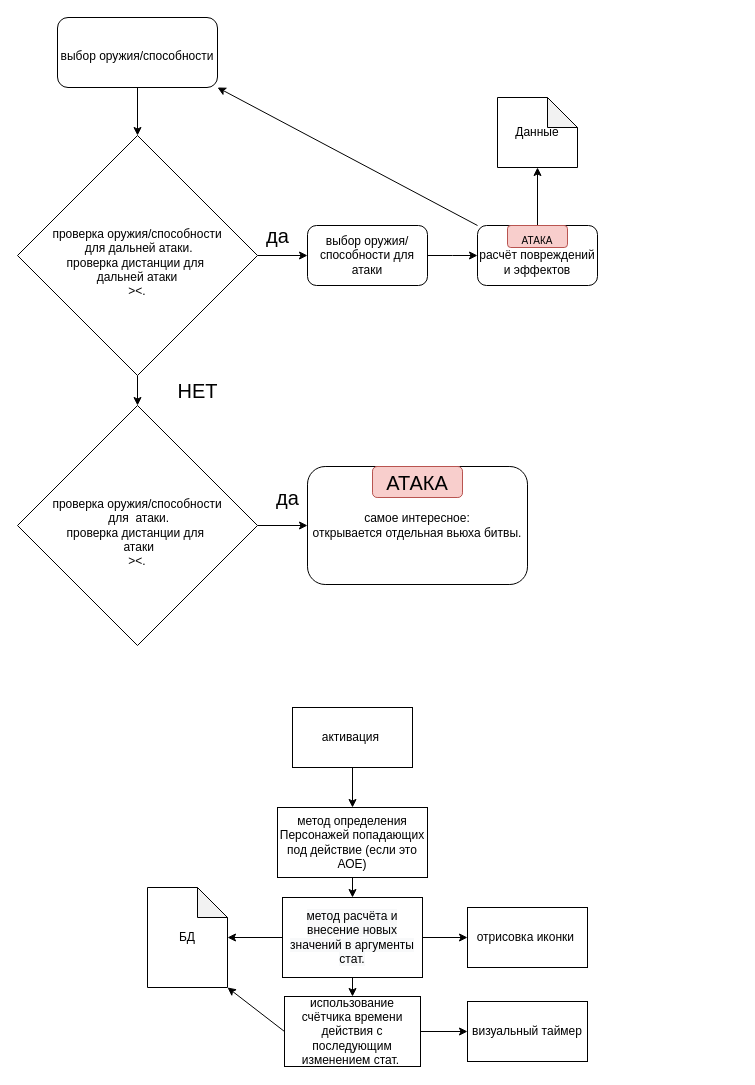
PhoenixVRN/Mafia keeps this draw.io diagram as page "Боевая модель" (6 of 14) of Architecture.drawio. Above is the earlier version. Source tidied: cells renumbered, new cells numbered last; positions are measured from the earlier drawing's top-left corner, leaving out a move shared by most shapes. Both pictures are drawn from the tidied source at 100%, with x=0, y=0 at pixel (17, 17).
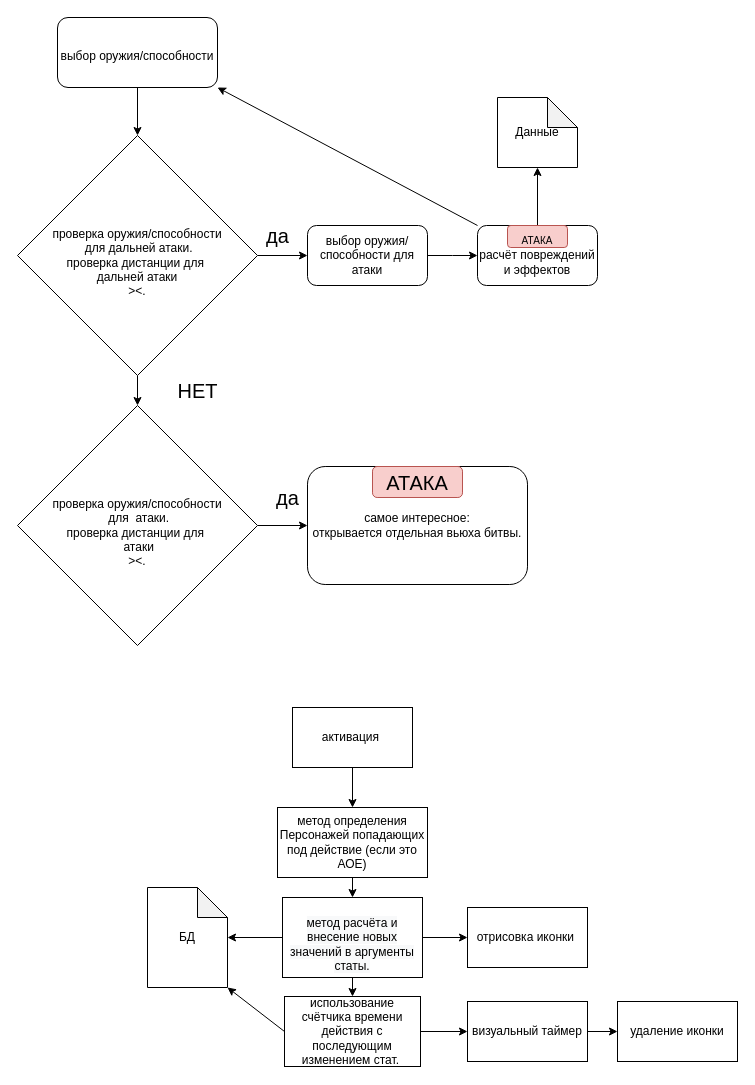
The same diagram, later.

Unchanged cells that the change refers to:
```xml
<mxCell id="33" value="визуальный таймер" style="rounded=0;whiteSpace=wrap;html=1;fontSize=12;" parent="1" vertex="1">
  <mxGeometry x="450" y="984" width="120" height="60" as="geometry" />
</mxCell>
```

Diff of the diagram source:
```diff
@@
-    <mxCell id="28" value="&#10;&#10;&lt;span style=&quot;color: rgb(0, 0, 0); font-family: helvetica; font-size: 12px; font-style: normal; font-weight: 400; letter-spacing: normal; text-align: center; text-indent: 0px; text-transform: none; word-spacing: 0px; background-color: rgb(248, 249, 250); display: inline; float: none;&quot;&gt;метод расчёта и внесение новых значений в аргументы стат.&lt;/span&gt;&lt;br style=&quot;color: rgb(0, 0, 0); font-family: helvetica; font-size: 12px; font-style: normal; font-weight: 400; letter-spacing: normal; text-align: center; text-indent: 0px; text-transform: none; word-spacing: 0px; background-color: rgb(248, 249, 250);&quot;&gt;&#10;&#10;" style="rounded=0;whiteSpace=wrap;html=1;fontSize=12;" parent="1" vertex="1">
+    <mxCell id="28" value="&lt;br&gt;&lt;br&gt;&lt;span style=&quot;color: rgb(0 , 0 , 0) ; font-family: &amp;#34;helvetica&amp;#34; ; font-size: 12px ; font-style: normal ; font-weight: 400 ; letter-spacing: normal ; text-align: center ; text-indent: 0px ; text-transform: none ; word-spacing: 0px ; background-color: rgb(248 , 249 , 250) ; display: inline ; float: none&quot;&gt;метод расчёта и внесение новых значений в аргументы статы.&lt;/span&gt;&lt;br style=&quot;color: rgb(0 , 0 , 0) ; font-family: &amp;#34;helvetica&amp;#34; ; font-size: 12px ; font-style: normal ; font-weight: 400 ; letter-spacing: normal ; text-align: center ; text-indent: 0px ; text-transform: none ; word-spacing: 0px ; background-color: rgb(248 , 249 , 250)&quot;&gt;&lt;br&gt;" style="rounded=0;whiteSpace=wrap;html=1;fontSize=12;" parent="1" vertex="1">
       <mxGeometry x="265" y="880" width="140" height="80" as="geometry" />
     </mxCell>
@@
+    <mxCell id="35" style="edgeStyle=orthogonalEdgeStyle;rounded=0;jettySize=auto;html=1;exitX=1;exitY=0.5;exitDx=0;exitDy=0;entryX=0;entryY=0.5;entryDx=0;entryDy=0;" parent="1" edge="1" source="33" target="36">
+      <mxGeometry relative="1" as="geometry" />
+    </mxCell>
@@
+    <mxCell id="36" value="удаление иконки" style="rounded=0;whiteSpace=wrap;html=1;" parent="1" vertex="1">
+      <mxGeometry x="600" y="984" width="120" height="60" as="geometry" />
+    </mxCell>
```
